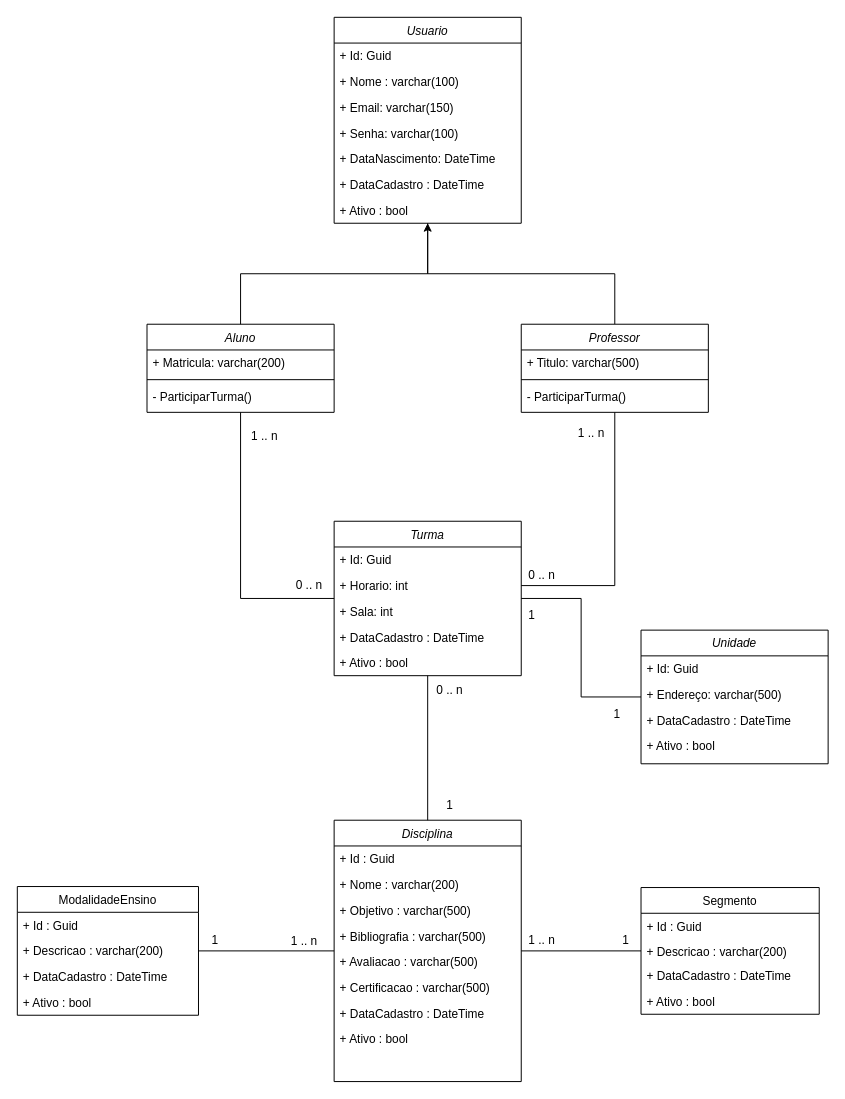
This is DiagramaClasse.drawio from rafaelaport/CatalogoCurso_ProjetoBloco, a draw.io file, before an edit. Source tidied: cells renumbered, new cells numbered last; positions are measured from the earlier drawing's top-left corner, leaving out a move shared by most shapes. Both pictures are drawn from the tidied source at 99%, with x=0, y=0 at pixel (17, 17).
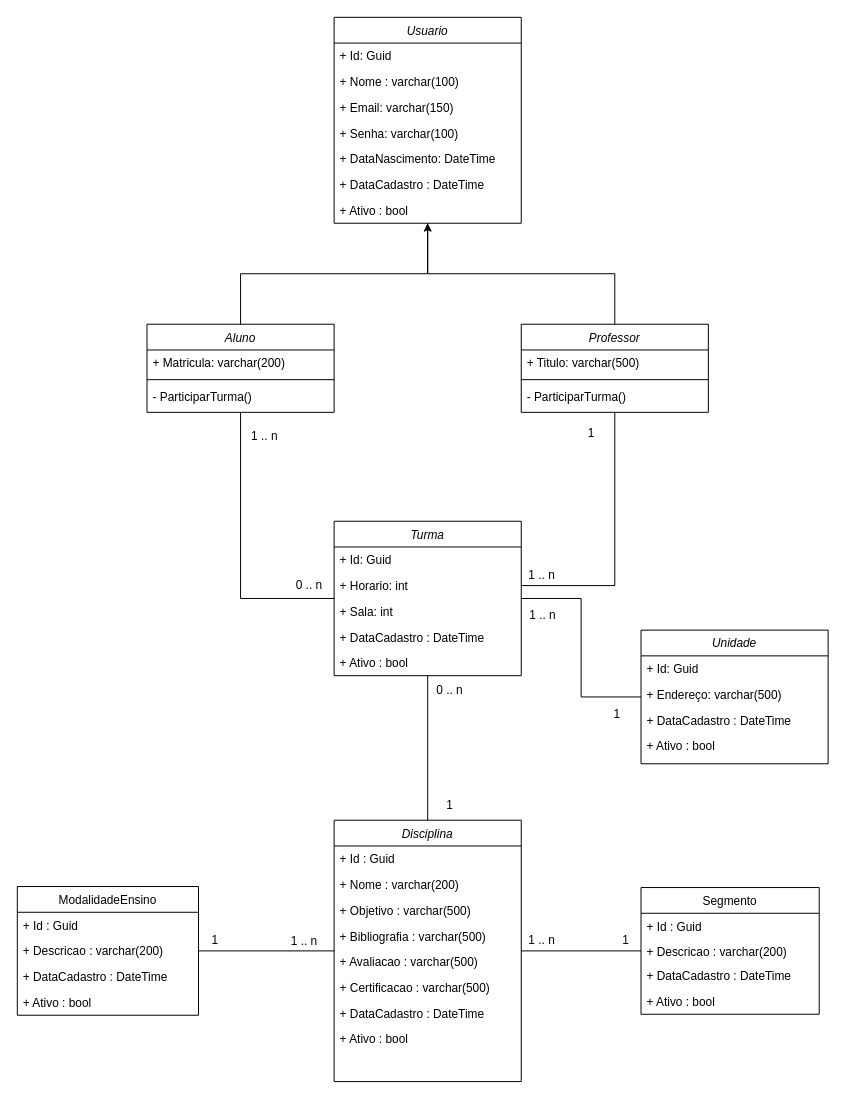
The same page after the edit.

What changed in the source:
```diff
@@
-    <mxCell id="60" value="1" style="text;html=1;strokeColor=none;fillColor=none;align=center;verticalAlign=middle;whiteSpace=wrap;rounded=0;" parent="1" vertex="1">
-      <mxGeometry x="490" y="589" width="60" height="30" as="geometry" />
+    <mxCell id="60" value="1 .. n" style="text;html=1;strokeColor=none;fillColor=none;align=center;verticalAlign=middle;whiteSpace=wrap;rounded=0;" parent="1" vertex="1">
+      <mxGeometry x="501" y="589" width="60" height="30" as="geometry" />
     </mxCell>
@@
-    <mxCell id="66" value="0 .. n" style="text;html=1;strokeColor=none;fillColor=none;align=center;verticalAlign=middle;whiteSpace=wrap;rounded=0;" parent="1" vertex="1">
+    <mxCell id="66" value="1 .. n" style="text;html=1;strokeColor=none;fillColor=none;align=center;verticalAlign=middle;whiteSpace=wrap;rounded=0;" parent="1" vertex="1">
       <mxGeometry x="500" y="549" width="60" height="30" as="geometry" />
     </mxCell>
-    <mxCell id="67" value="1 .. n" style="text;html=1;strokeColor=none;fillColor=none;align=center;verticalAlign=middle;whiteSpace=wrap;rounded=0;" parent="1" vertex="1">
+    <mxCell id="67" value="1" style="text;html=1;strokeColor=none;fillColor=none;align=center;verticalAlign=middle;whiteSpace=wrap;rounded=0;" parent="1" vertex="1">
       <mxGeometry x="550" y="405" width="60" height="30" as="geometry" />
     </mxCell>
```
